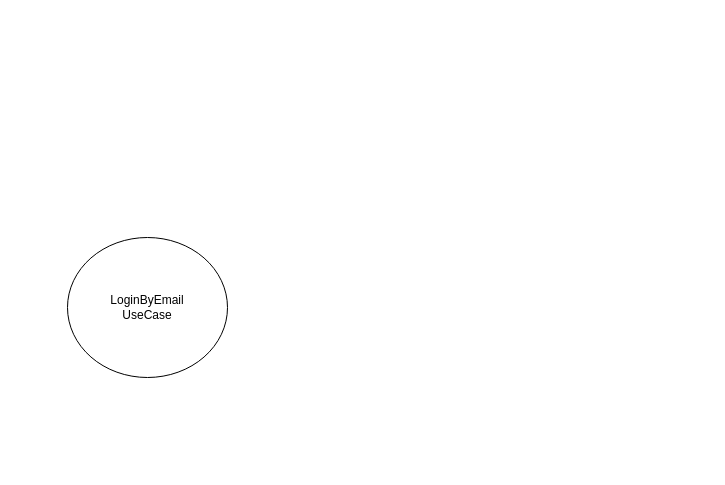
Earlier version of the draw.io diagram 3. draw.io/Untitled Diagram.drawio (aryskaliyev/go-bite-projects). Source tidied: cells renumbered, new cells numbered last; positions are measured from the earlier drawing's top-left corner, leaving out a move shared by most shapes. Both pictures are drawn from the tidied source at 100%, with x=0, y=0 at pixel (67, 237).
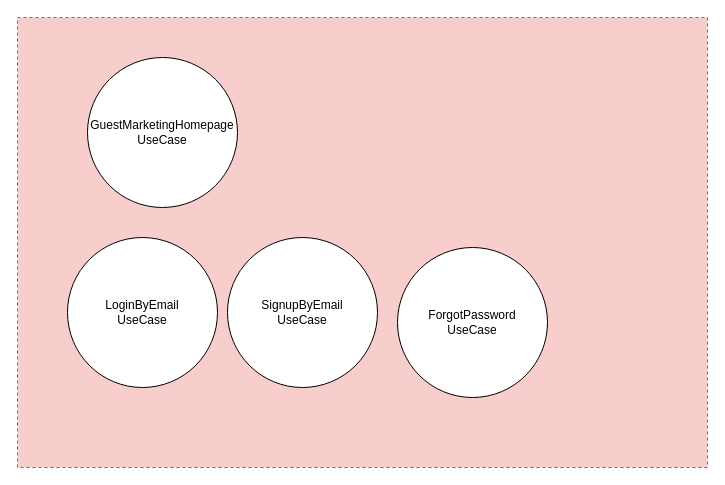
The same page after the edit.

Diff of the diagram source:
```diff
@@
 <mxGraphModel>
   <root>
     <mxCell id="0" />
     <mxCell id="1" parent="0" />
+    <mxCell id="3" style="rounded=0;whiteSpace=wrap;html=1;fillColor=#f8cecc;strokeColor=#b85450;dashed=1;" parent="1" vertex="1">
+      <mxGeometry x="-50" y="-220" width="690" height="450" as="geometry" />
+    </mxCell>
     <mxCell id="2" value="&lt;div&gt;LoginByEmail&lt;/div&gt;&lt;div&gt;UseCase&lt;br&gt;&lt;/div&gt;" style="ellipse;whiteSpace=wrap;html=1;" parent="1" vertex="1">
-      <mxGeometry width="160" height="140" as="geometry" />
+      <mxGeometry width="150" height="150" as="geometry" />
     </mxCell>
+    <mxCell id="4" value="&lt;div&gt;SignupByEmail&lt;/div&gt;&lt;div&gt;UseCase&lt;br&gt;&lt;/div&gt;" style="ellipse;whiteSpace=wrap;html=1;" parent="1" vertex="1">
+      <mxGeometry x="160" width="150" height="150" as="geometry" />
+    </mxCell>
+    <mxCell id="5" value="&lt;div&gt;ForgotPassword&lt;/div&gt;&lt;div&gt;UseCase&lt;br&gt;&lt;/div&gt;" style="ellipse;whiteSpace=wrap;html=1;" parent="1" vertex="1">
+      <mxGeometry x="330" y="10" width="150" height="150" as="geometry" />
+    </mxCell>
+    <mxCell id="6" value="GuestMarketingHomepage&lt;br&gt;&lt;div&gt;UseCase&lt;/div&gt;" style="ellipse;whiteSpace=wrap;html=1;" parent="1" vertex="1">
+      <mxGeometry x="20" y="-180" width="150" height="150" as="geometry" />
+    </mxCell>
   </root>
 </mxGraphModel>
```
